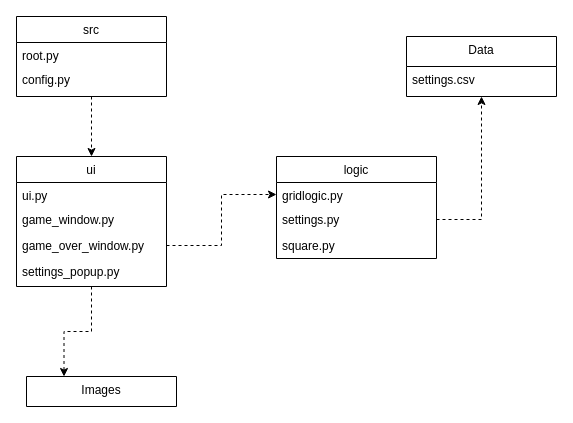
The draw.io diagram dokumentaatio/kuvat/Untitled Diagram.drawio in Barmetz/ot-harjoitustyo, before the edit. Source tidied: cells renumbered, new cells numbered last; positions are measured from the earlier drawing's top-left corner, leaving out a move shared by most shapes. Both pictures are drawn from the tidied source at 100%, with x=0, y=0 at pixel (16, 16).
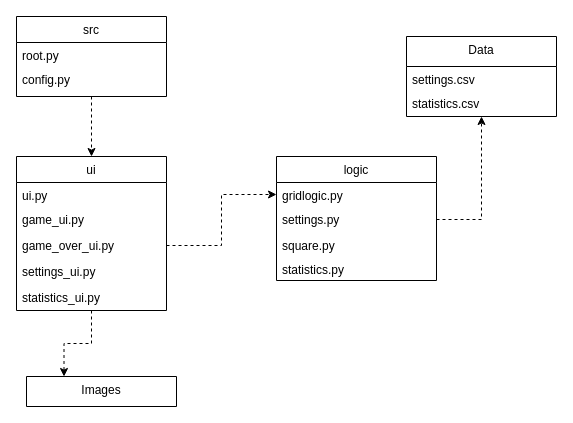
After the change.

What changed in the source:
```diff
@@
     <mxCell id="2" value="Data" style="swimlane;fontStyle=0;align=center;verticalAlign=top;horizontal=1;startSize=30;rounded=0;shadow=0;strokeWidth=1;" parent="1" vertex="1">
-      <mxGeometry x="390" y="20" width="150" height="60" as="geometry" />
+      <mxGeometry x="390" y="20" width="150" height="80" as="geometry" />
     </mxCell>
@@
+    <mxCell id="21" value="statistics.csv" style="text;align=left;verticalAlign=top;spacingLeft=4;spacingRight=4;overflow=hidden;" parent="2" vertex="1">
+      <mxGeometry y="54" width="150" height="24" as="geometry" />
+    </mxCell>
@@
     <mxCell id="5" value="ui" style="swimlane;fontStyle=0;align=center;verticalAlign=top;horizontal=1;startSize=26;rounded=0;shadow=0;strokeWidth=1;" parent="1" vertex="1">
-      <mxGeometry y="140" width="150" height="130" as="geometry" />
+      <mxGeometry y="140" width="150" height="154" as="geometry" />
     </mxCell>
@@
-    <mxCell id="7" value="game_window.py" style="text;align=left;verticalAlign=top;spacingLeft=4;spacingRight=4;overflow=hidden;rounded=0;shadow=0;html=0;" parent="5" vertex="1">
+    <mxCell id="7" value="game_ui.py" style="text;align=left;verticalAlign=top;spacingLeft=4;spacingRight=4;overflow=hidden;rounded=0;shadow=0;html=0;" parent="5" vertex="1">
       <mxGeometry y="50" width="150" height="26" as="geometry" />
     </mxCell>
-    <mxCell id="8" value="game_over_window.py" style="text;align=left;verticalAlign=top;spacingLeft=4;spacingRight=4;overflow=hidden;points=[[0,0.5],[1,0.5]];portConstraint=eastwest;rounded=0;shadow=0;html=0;" parent="5" vertex="1">
+    <mxCell id="8" value="game_over_ui.py" style="text;align=left;verticalAlign=top;spacingLeft=4;spacingRight=4;overflow=hidden;points=[[0,0.5],[1,0.5]];portConstraint=eastwest;rounded=0;shadow=0;html=0;" parent="5" vertex="1">
       <mxGeometry y="76" width="150" height="26" as="geometry" />
     </mxCell>
-    <mxCell id="9" value="settings_popup.py" style="text;align=left;verticalAlign=top;spacingLeft=4;spacingRight=4;overflow=hidden;rounded=0;shadow=0;html=0;" parent="5" vertex="1">
+    <mxCell id="9" value="settings_ui.py" style="text;align=left;verticalAlign=top;spacingLeft=4;spacingRight=4;overflow=hidden;rounded=0;shadow=0;html=0;" parent="5" vertex="1">
       <mxGeometry y="102" width="150" height="26" as="geometry" />
     </mxCell>
+    <mxCell id="22" value="statistics_ui.py" style="text;align=left;verticalAlign=top;spacingLeft=4;spacingRight=4;overflow=hidden;rounded=0;shadow=0;html=0;" parent="5" vertex="1">
+      <mxGeometry y="128" width="150" height="26" as="geometry" />
+    </mxCell>
@@
     <mxCell id="14" value="logic" style="swimlane;fontStyle=0;align=center;verticalAlign=top;horizontal=1;startSize=26;rounded=0;shadow=0;strokeWidth=1;" parent="1" vertex="1">
-      <mxGeometry x="260" y="140" width="160" height="102" as="geometry" />
+      <mxGeometry x="260" y="140" width="160" height="124" as="geometry" />
     </mxCell>
@@
     <mxCell id="17" value="square.py" style="text;align=left;verticalAlign=top;spacingLeft=4;spacingRight=4;overflow=hidden;rounded=0;shadow=0;html=0;" parent="14" vertex="1">
-      <mxGeometry y="76" width="160" height="26" as="geometry" />
+      <mxGeometry y="76" width="160" height="24" as="geometry" />
     </mxCell>
+    <mxCell id="23" value="statistics.py" style="text;align=left;verticalAlign=top;spacingLeft=4;spacingRight=4;overflow=hidden;rounded=0;shadow=0;html=0;" parent="14" vertex="1">
+      <mxGeometry y="100" width="160" height="24" as="geometry" />
+    </mxCell>
```
